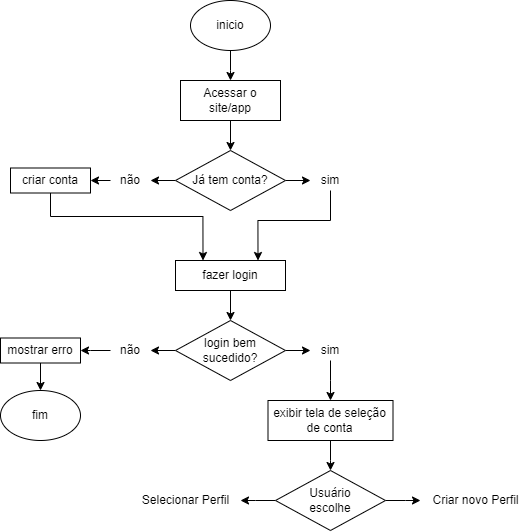
Earlier version of the draw.io export fluxograma.drawio.png (Andynlx01/fluxograma.aprensa-o). Source tidied: cells renumbered, new cells last; positions are measured from the earlier drawing's top-left corner, leaving out a move shared by most shapes.
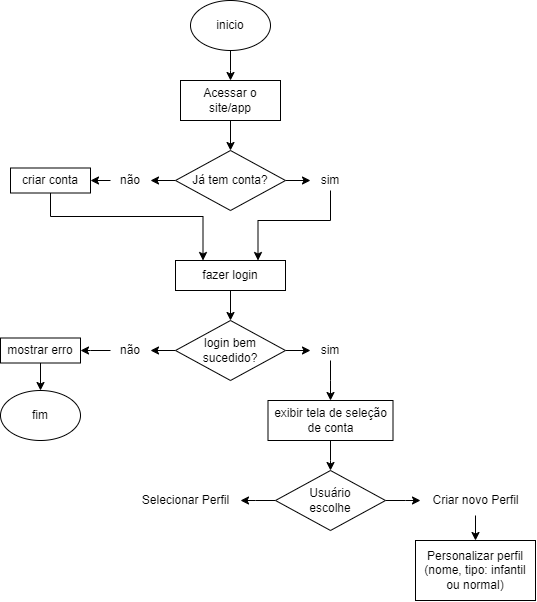
After the commit.

Change to the diagram source:
```diff
@@ -133,8 +133,14 @@
     <mxCell id="33" value="Selecionar Perfil" style="text;html=1;align=center;verticalAlign=middle;strokeColor=none;fillColor=none;" parent="1" vertex="1">
       <mxGeometry x="130" y="485" width="110" height="30" as="geometry" />
     </mxCell>
+    <mxCell id="35" style="edgeStyle=orthogonalEdgeStyle;rounded=0;jettySize=auto;html=1;" parent="1" edge="1" source="34" target="36">
+      <mxGeometry relative="1" as="geometry" />
+    </mxCell>
     <mxCell id="34" value="Criar novo Perfil" style="text;html=1;align=center;verticalAlign=middle;points=[];strokeColor=none;fillColor=none;" parent="1" vertex="1">
       <mxGeometry x="420" y="485" width="110" height="30" as="geometry" />
     </mxCell>
+    <mxCell id="36" value="Personalizar perfil&lt;div&gt;(nome, tipo: infantil ou normal)&lt;/div&gt;" style="rounded=0;whiteSpace=wrap;html=1;" parent="1" vertex="1">
+      <mxGeometry x="415" y="540" width="120" height="60" as="geometry" />
+    </mxCell>
   </root>
 </mxGraphModel>
```
